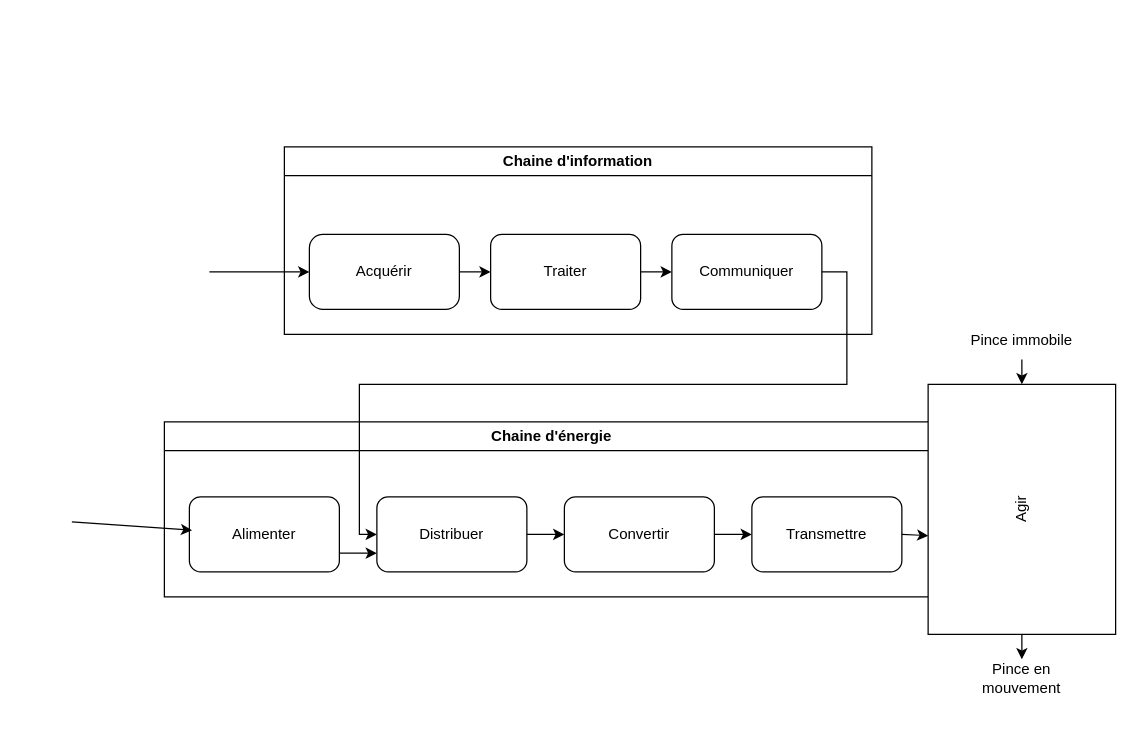
Above: Diagramme sans nom.drawio in polosibSI/TerminalSI (draw.io), before the change. Source tidied: cells renumbered, new cells numbered last; positions are measured from the earlier drawing's top-left corner, leaving out a move shared by most shapes. Both pictures are drawn from the tidied source at 125%, with x=0, y=0 at pixel (71, 146).
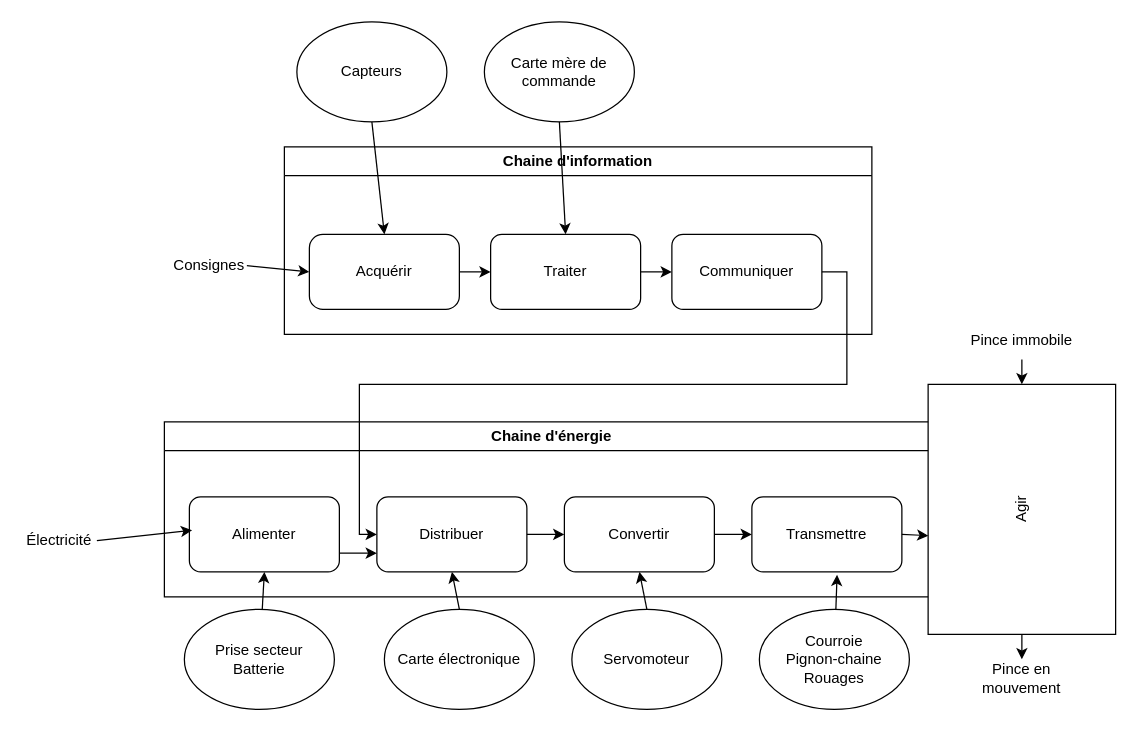
After the change.

Commit message:
Mettre à jour Diagramme sans nom.drawio

Unchanged cells that the change refers to:
```xml
<mxCell id="3" value="Acquérir&lt;br&gt;" style="rounded=1;whiteSpace=wrap;html=1;arcSize=18;" parent="2" vertex="1">
  <mxGeometry x="20" y="70" width="120" height="60" as="geometry" />
</mxCell>
<mxCell id="4" value="Traiter" style="rounded=1;whiteSpace=wrap;html=1;" parent="2" vertex="1">
  <mxGeometry x="165" y="70" width="120" height="60" as="geometry" />
</mxCell>
<mxCell id="9" value="Alimenter&lt;br&gt;" style="rounded=1;whiteSpace=wrap;html=1;" parent="8" vertex="1">
  <mxGeometry x="20" y="60" width="120" height="60" as="geometry" />
</mxCell>
<mxCell id="10" value="Distribuer" style="rounded=1;whiteSpace=wrap;html=1;" parent="8" vertex="1">
  <mxGeometry x="170" y="60" width="120" height="60" as="geometry" />
</mxCell>
<mxCell id="11" value="Convertir" style="rounded=1;whiteSpace=wrap;html=1;" parent="8" vertex="1">
  <mxGeometry x="320" y="60" width="120" height="60" as="geometry" />
</mxCell>
<mxCell id="12" value="Transmettre" style="rounded=1;whiteSpace=wrap;html=1;" parent="8" vertex="1">
  <mxGeometry x="470" y="60" width="120" height="60" as="geometry" />
</mxCell>
```

What changed in the source:
```diff
@@
-    <mxCell id="16" style="endArrow=classic;html=1;rounded=0;" parent="1" edge="1">
+    <mxCell id="16" style="endArrow=classic;html=1;rounded=0;exitX=1;exitY=0.5;exitDx=0;exitDy=0;" parent="1" edge="1" source="34">
       <mxGeometry relative="1" as="geometry">
-        <mxPoint x="110" y="100" as="sourcePoint" />
         <mxPoint x="190" y="100" as="targetPoint" />
       </mxGeometry>
     </mxCell>
@@
-    <mxCell id="18" style="endArrow=classic;html=1;rounded=0;entryX=0.018;entryY=0.445;entryDx=0;entryDy=0;entryPerimeter=0;" parent="1" edge="1" target="9">
-      <mxGeometry relative="1" as="geometry">
-        <mxPoint y="300" as="sourcePoint" />
-      </mxGeometry>
+    <mxCell id="18" style="endArrow=classic;html=1;rounded=0;entryX=0.018;entryY=0.445;entryDx=0;entryDy=0;entryPerimeter=0;exitX=1;exitY=0.5;exitDx=0;exitDy=0;" parent="1" edge="1" source="25" target="9">
+      <mxGeometry relative="1" as="geometry" />
     </mxCell>
@@
+    <mxCell id="25" value="Électricité" style="text;html=1;strokeColor=none;fillColor=none;align=center;verticalAlign=middle;whiteSpace=wrap;rounded=0;" parent="1" vertex="1">
+      <mxGeometry x="-40" y="300" width="60" height="30" as="geometry" />
+    </mxCell>
+    <mxCell id="26" value="Prise secteur&lt;br&gt;Batterie" style="ellipse;whiteSpace=wrap;html=1;" parent="1" vertex="1">
+      <mxGeometry x="90" y="370" width="120" height="80" as="geometry" />
+    </mxCell>
+    <mxCell id="27" style="endArrow=classic;html=1;rounded=0;entryX=0.5;entryY=1;entryDx=0;entryDy=0;" parent="1" edge="1" source="26" target="9">
+      <mxGeometry relative="1" as="geometry" />
+    </mxCell>
+    <mxCell id="28" value="Carte électronique&lt;br&gt;" style="ellipse;whiteSpace=wrap;html=1;" parent="1" vertex="1">
+      <mxGeometry x="250" y="370" width="120" height="80" as="geometry" />
+    </mxCell>
+    <mxCell id="29" value="Servomoteur" style="ellipse;whiteSpace=wrap;html=1;" parent="1" vertex="1">
+      <mxGeometry x="400" y="370" width="120" height="80" as="geometry" />
+    </mxCell>
+    <mxCell id="30" value="Courroie &lt;br&gt;Pignon-chaine&lt;br&gt;Rouages" style="ellipse;whiteSpace=wrap;html=1;" parent="1" vertex="1">
+      <mxGeometry x="550" y="370" width="120" height="80" as="geometry" />
+    </mxCell>
+    <mxCell id="31" style="endArrow=classic;html=1;rounded=0;entryX=0.5;entryY=1;entryDx=0;entryDy=0;exitX=0.5;exitY=0;exitDx=0;exitDy=0;" parent="1" edge="1" source="28" target="10">
+      <mxGeometry relative="1" as="geometry" />
+    </mxCell>
+    <mxCell id="32" style="endArrow=classic;html=1;rounded=0;entryX=0.5;entryY=1;entryDx=0;entryDy=0;exitX=0.5;exitY=0;exitDx=0;exitDy=0;" parent="1" edge="1" source="29" target="11">
+      <mxGeometry relative="1" as="geometry" />
+    </mxCell>
+    <mxCell id="33" style="endArrow=classic;html=1;rounded=0;entryX=0.568;entryY=1.039;entryDx=0;entryDy=0;entryPerimeter=0;" parent="1" edge="1" source="30" target="12">
+      <mxGeometry relative="1" as="geometry" />
+    </mxCell>
+    <mxCell id="34" value="Consignes" style="text;html=1;strokeColor=none;fillColor=none;align=center;verticalAlign=middle;whiteSpace=wrap;rounded=0;" parent="1" vertex="1">
+      <mxGeometry x="80" y="80" width="60" height="30" as="geometry" />
+    </mxCell>
+    <mxCell id="35" value="Capteurs" style="ellipse;whiteSpace=wrap;html=1;" parent="1" vertex="1">
+      <mxGeometry x="180" y="-100" width="120" height="80" as="geometry" />
+    </mxCell>
+    <mxCell id="36" style="endArrow=classic;html=1;rounded=0;exitX=0.5;exitY=1;exitDx=0;exitDy=0;entryX=0.5;entryY=0;entryDx=0;entryDy=0;" parent="1" edge="1" source="35" target="3">
+      <mxGeometry relative="1" as="geometry" />
+    </mxCell>
+    <mxCell id="37" value="Carte mère de commande" style="ellipse;whiteSpace=wrap;html=1;" parent="1" vertex="1">
+      <mxGeometry x="330" y="-100" width="120" height="80" as="geometry" />
+    </mxCell>
+    <mxCell id="38" style="endArrow=classic;html=1;rounded=0;exitX=0.5;exitY=1;exitDx=0;exitDy=0;entryX=0.5;entryY=0;entryDx=0;entryDy=0;" parent="1" edge="1" source="37" target="4">
+      <mxGeometry relative="1" as="geometry" />
+    </mxCell>
```
